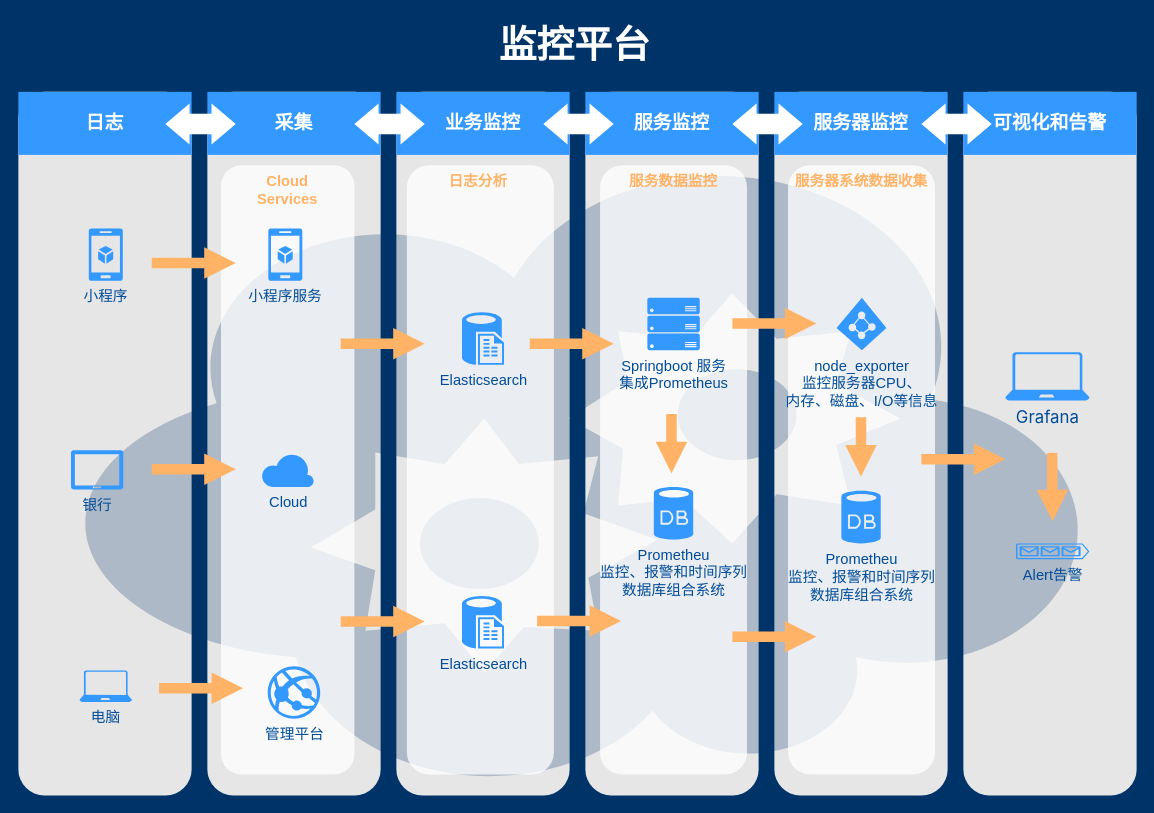
This is 监控平台.drawio from wuyongfeng/wuyongfeng, a draw.io file, before an edit. Source tidied: cells renumbered, new cells numbered last; positions are measured from the earlier drawing's top-left corner, leaving out a move shared by most shapes. Both pictures are drawn from the tidied source at 105%, with x=0, y=0 at pixel (18, 18).
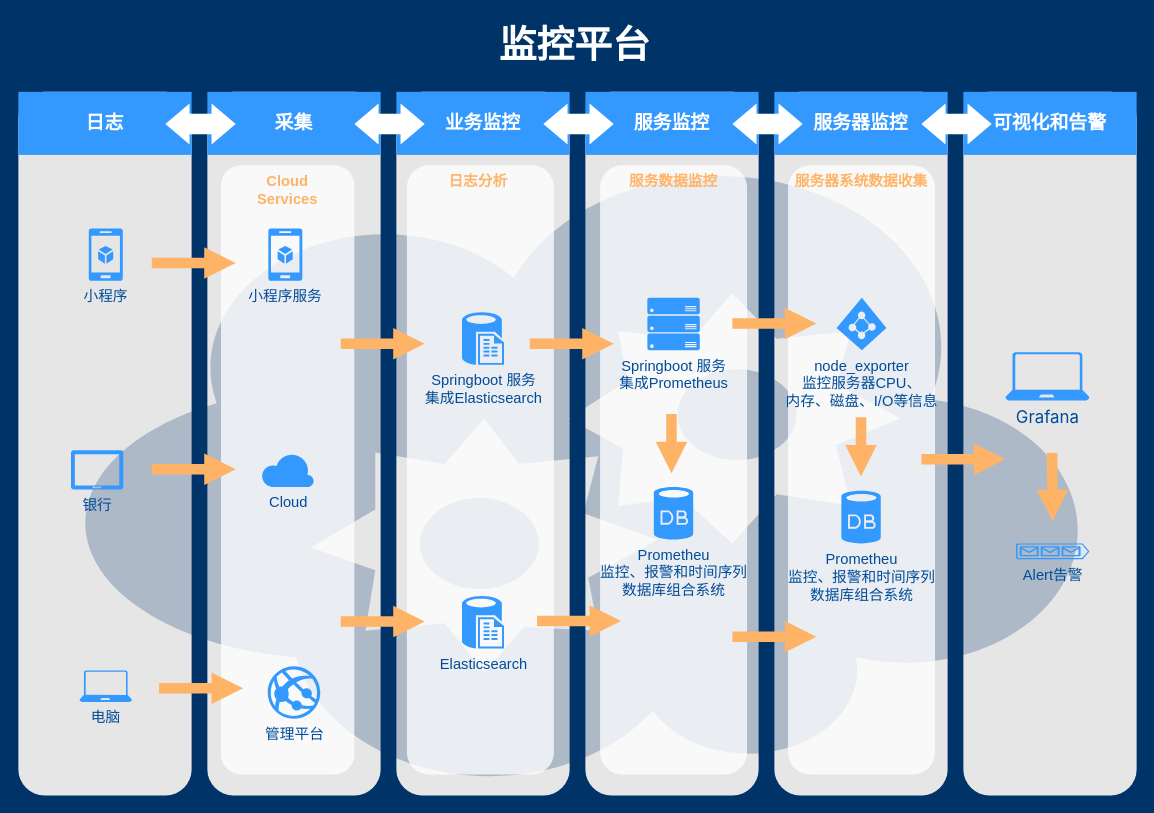
The same page after the edit.

What changed in the source:
```diff
@@
-    <mxCell id="24" value="Elasticsearch" style="verticalLabelPosition=bottom;html=1;verticalAlign=top;strokeColor=none;fillColor=#3399FF;shape=mxgraph.azure.sql_reporting;dashed=1;fontSize=14;fontColor=#004C99;" parent="1" vertex="1">
+    <mxCell id="24" value="Springboot 服务&lt;br&gt;集成Elasticsearch" style="verticalLabelPosition=bottom;html=1;verticalAlign=top;strokeColor=none;fillColor=#3399FF;shape=mxgraph.azure.sql_reporting;dashed=1;fontSize=14;fontColor=#004C99;" parent="1" vertex="1">
       <mxGeometry x="422.5" y="280" width="40" height="50" as="geometry" />
     </mxCell>
```
